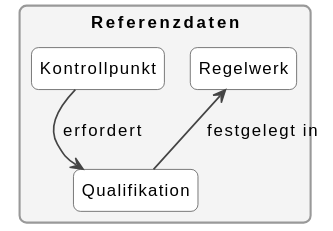
Before: docs/de/assets/excerpts/qualifikation.svg, a diagram exported from PlantUML (blw-ofag-ufag/eCH-0264).
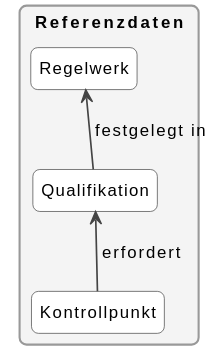
The same file after the commit.

The edit, as a diff of the source:
```diff
@@ -18,6 +18,6 @@
   class "Kontrollpunkt" as KP
   class "Qualifikation" as QUA
 }
-KP --> QUA : erfordert
 QUA -up-> RW : festgelegt in
+KP -up-> QUA : erfordert
 @enduml
```
